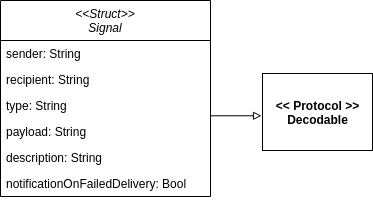
jsvilling/IP6_Bachelorarbeit_Bericht_Cloudbasiertes_Praxisrufsystem keeps this draw.io diagram as src/graphics/diagramms/Class_Signal.png. Above is the earlier version. Source tidied: cells renumbered, new cells last; positions are measured from the earlier drawing's top-left corner, leaving out a move shared by most shapes.
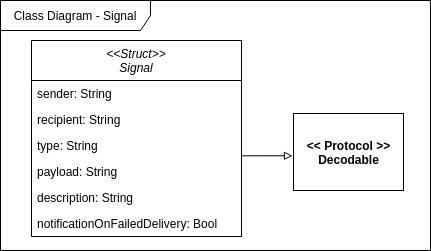
The same file after the commit.

Commit message:
Add diagram Frames for UML

Diff of the diagram source:
```diff
@@ -35,5 +35,8 @@
         </Array>
       </mxGeometry>
     </mxCell>
+    <mxCell id="11" value="Class Diagram - Signal" style="shape=umlFrame;whiteSpace=wrap;html=1;width=150;height=30;" parent="1" vertex="1">
+      <mxGeometry x="-31" y="-40" width="430" height="250" as="geometry" />
+    </mxCell>
   </root>
 </mxGraphModel>
```
